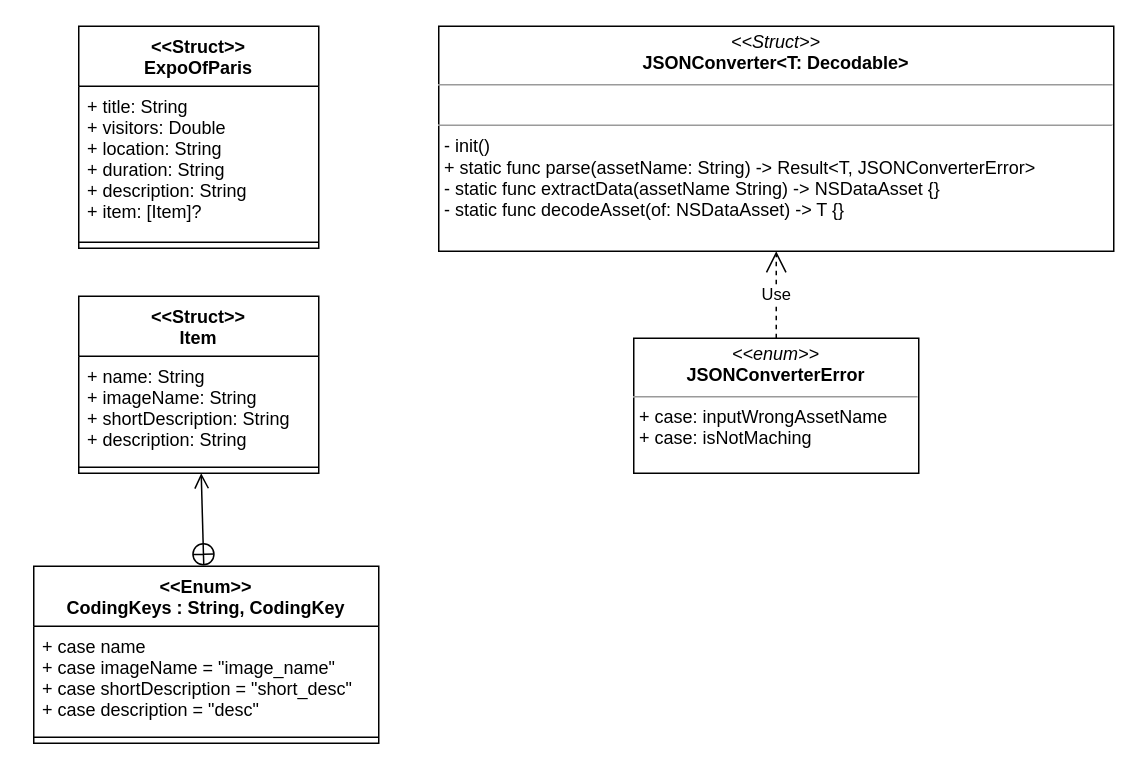
This is ExpoDiagram.drawio from yagom-academy/ios-exposition-universelle, a draw.io file, before an edit. Source tidied: cells renumbered, new cells numbered last; positions are measured from the earlier drawing's top-left corner, leaving out a move shared by most shapes. Both pictures are drawn from the tidied source at 150%, with x=0, y=0 at pixel (33, 26).
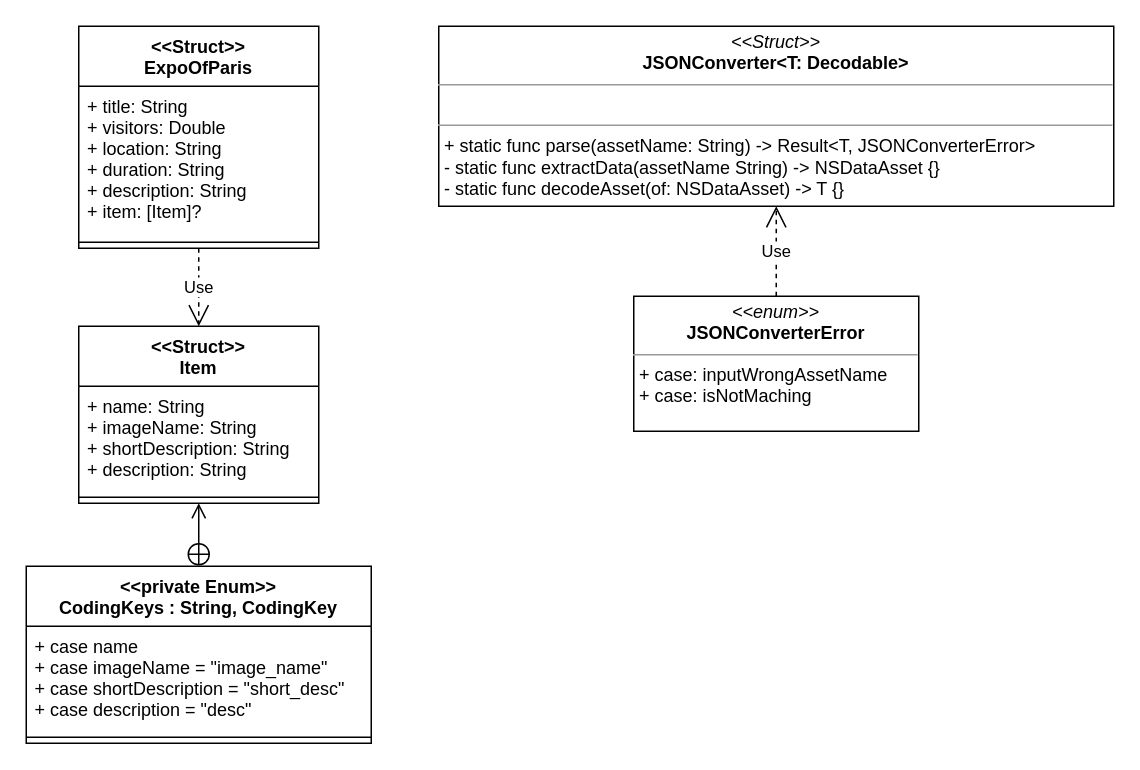
The same page after the edit.

Diff of the diagram source:
```diff
@@
 <mxGraphModel>
   <root>
     <mxCell id="0" />
     <mxCell id="1" parent="0" />
     <mxCell id="2" value="&lt;&lt;Struct&gt;&gt;&#10;ExpoOfParis" style="swimlane;fontStyle=1;align=center;verticalAlign=top;horizontal=1;startSize=40;" parent="1" vertex="1">
       <mxGeometry x="30" width="160" height="148" as="geometry" />
     </mxCell>
     <mxCell id="3" value="+ title: String&#10;+ visitors: Double&#10;+ location: String&#10;+ duration: String&#10;+ description: String&#10;+ item: [Item]?&#10;" style="text;strokeColor=none;fillColor=none;align=left;verticalAlign=top;spacingLeft=4;spacingRight=4;overflow=hidden;" parent="2" vertex="1">
       <mxGeometry y="40" width="160" height="100" as="geometry" />
     </mxCell>
     <mxCell id="4" style="line;strokeWidth=1;fillColor=none;align=left;verticalAlign=middle;spacingTop=-1;spacingLeft=3;spacingRight=3;labelPosition=right;" parent="2" vertex="1">
       <mxGeometry y="140" width="160" height="8" as="geometry" />
     </mxCell>
     <mxCell id="5" value="&lt;&lt;Struct&gt;&gt;&#10;Item" style="swimlane;fontStyle=1;align=center;verticalAlign=top;horizontal=1;startSize=40;" parent="1" vertex="1">
-      <mxGeometry x="30" y="180" width="160" height="118" as="geometry" />
+      <mxGeometry x="30" y="200" width="160" height="118" as="geometry" />
     </mxCell>
     <mxCell id="6" value="+ name: String&#10;+ imageName: String&#10;+ shortDescription: String&#10;+ description: String&#10;" style="text;strokeColor=none;fillColor=none;align=left;verticalAlign=top;spacingLeft=4;spacingRight=4;overflow=hidden;" parent="5" vertex="1">
       <mxGeometry y="40" width="160" height="70" as="geometry" />
     </mxCell>
     <mxCell id="7" style="line;strokeWidth=1;fillColor=none;align=left;verticalAlign=middle;spacingTop=-1;spacingLeft=3;spacingRight=3;labelPosition=right;" parent="5" vertex="1">
       <mxGeometry y="110" width="160" height="8" as="geometry" />
     </mxCell>
     <mxCell id="8" style="endArrow=open;startArrow=circlePlus;endFill=0;startFill=0;endSize=8;html=1;" parent="1" edge="1" source="9" target="5">
       <mxGeometry relative="1" as="geometry" />
     </mxCell>
-    <mxCell id="9" value="&lt;&lt;Enum&gt;&gt;&#10;CodingKeys : String, CodingKey" style="swimlane;fontStyle=1;align=center;verticalAlign=top;horizontal=1;startSize=40;" parent="1" vertex="1">
-      <mxGeometry y="360" width="230" height="118" as="geometry" />
+    <mxCell id="9" value="&lt;&lt;private Enum&gt;&gt;&#10;CodingKeys : String, CodingKey" style="swimlane;fontStyle=1;align=center;verticalAlign=top;horizontal=1;startSize=40;" parent="1" vertex="1">
+      <mxGeometry x="-5" y="360" width="230" height="118" as="geometry" />
     </mxCell>
     <mxCell id="10" value="+ case name&#10;+ case imageName = &quot;image_name&quot;&#10;+ case shortDescription = &quot;short_desc&quot;&#10;+ case description = &quot;desc&quot;" style="text;strokeColor=none;fillColor=none;align=left;verticalAlign=top;spacingLeft=4;spacingRight=4;overflow=hidden;" parent="9" vertex="1">
       <mxGeometry y="40" width="230" height="70" as="geometry" />
     </mxCell>
     <mxCell id="11" style="line;strokeWidth=1;fillColor=none;align=left;verticalAlign=middle;spacingTop=-1;spacingLeft=3;spacingRight=3;labelPosition=right;" parent="9" vertex="1">
       <mxGeometry y="110" width="230" height="8" as="geometry" />
     </mxCell>
-    <mxCell id="12" value="&lt;p style=&quot;margin: 0px ; margin-top: 4px ; text-align: center&quot;&gt;&lt;i&gt;&amp;lt;&amp;lt;Struct&amp;gt;&amp;gt;&lt;/i&gt;&lt;br&gt;&lt;b&gt;JSONConverter&amp;lt;T: Decodable&amp;gt;&lt;/b&gt;&lt;br&gt;&lt;/p&gt;&lt;hr size=&quot;1&quot;&gt;&lt;p style=&quot;margin: 0px ; margin-left: 4px&quot;&gt;&lt;br&gt;&lt;/p&gt;&lt;hr size=&quot;1&quot;&gt;&lt;p style=&quot;margin: 0px 0px 0px 4px&quot;&gt;- init()&amp;nbsp;&lt;/p&gt;&lt;p style=&quot;margin: 0px 0px 0px 4px&quot;&gt;+ static func parse(assetName: String) -&amp;gt; Result&amp;lt;T, JSONConverterError&amp;gt;&lt;/p&gt;&lt;p style=&quot;margin: 0px 0px 0px 4px&quot;&gt;- static func extractData(assetName String) -&amp;gt; NSDataAsset {}&lt;/p&gt;&lt;p style=&quot;margin: 0px 0px 0px 4px&quot;&gt;- static func decodeAsset(of: NSDataAsset) -&amp;gt; T {}&lt;span&gt;&amp;nbsp;&lt;/span&gt;&lt;/p&gt;" style="verticalAlign=top;align=left;overflow=fill;fontSize=12;fontFamily=Helvetica;html=1;" parent="1" vertex="1">
-      <mxGeometry x="270" width="450" height="150" as="geometry" />
+    <mxCell id="12" value="&lt;p style=&quot;margin: 0px ; margin-top: 4px ; text-align: center&quot;&gt;&lt;i&gt;&amp;lt;&amp;lt;Struct&amp;gt;&amp;gt;&lt;/i&gt;&lt;br&gt;&lt;b&gt;JSONConverter&amp;lt;T: Decodable&amp;gt;&lt;/b&gt;&lt;br&gt;&lt;/p&gt;&lt;hr size=&quot;1&quot;&gt;&lt;p style=&quot;margin: 0px ; margin-left: 4px&quot;&gt;&lt;br&gt;&lt;/p&gt;&lt;hr size=&quot;1&quot;&gt;&lt;p style=&quot;margin: 0px 0px 0px 4px&quot;&gt;&lt;span&gt;+ static func parse(assetName: String) -&amp;gt; Result&amp;lt;T, JSONConverterError&amp;gt;&lt;/span&gt;&lt;br&gt;&lt;/p&gt;&lt;p style=&quot;margin: 0px 0px 0px 4px&quot;&gt;- static func extractData(assetName String) -&amp;gt; NSDataAsset {}&lt;/p&gt;&lt;p style=&quot;margin: 0px 0px 0px 4px&quot;&gt;- static func decodeAsset(of: NSDataAsset) -&amp;gt; T {}&lt;span&gt;&amp;nbsp;&lt;/span&gt;&lt;/p&gt;" style="verticalAlign=top;align=left;overflow=fill;fontSize=12;fontFamily=Helvetica;html=1;" parent="1" vertex="1">
+      <mxGeometry x="270" width="450" height="120" as="geometry" />
     </mxCell>
     <mxCell id="13" value="&lt;p style=&quot;margin: 0px ; margin-top: 4px ; text-align: center&quot;&gt;&lt;i&gt;&amp;lt;&amp;lt;enum&amp;gt;&amp;gt;&lt;/i&gt;&lt;br&gt;&lt;b&gt;JSONConverterError&lt;/b&gt;&lt;/p&gt;&lt;hr size=&quot;1&quot;&gt;&lt;p style=&quot;margin: 0px ; margin-left: 4px&quot;&gt;+ case: inputWrongAssetName&lt;/p&gt;&lt;p style=&quot;margin: 0px ; margin-left: 4px&quot;&gt;+ case: isNotMaching&lt;/p&gt;" style="verticalAlign=top;align=left;overflow=fill;fontSize=12;fontFamily=Helvetica;html=1;" parent="1" vertex="1">
-      <mxGeometry x="400" y="208" width="190" height="90" as="geometry" />
+      <mxGeometry x="400" y="180" width="190" height="90" as="geometry" />
     </mxCell>
     <mxCell id="14" value="Use" style="endArrow=open;endSize=12;dashed=1;html=1;" parent="1" edge="1" source="13" target="12">
       <mxGeometry relative="1" as="geometry" />
     </mxCell>
+    <mxCell id="15" value="Use" style="endArrow=open;endSize=12;dashed=1;html=1;" parent="1" edge="1" source="2" target="5">
+      <mxGeometry relative="1" as="geometry" />
+    </mxCell>
   </root>
 </mxGraphModel>
```
